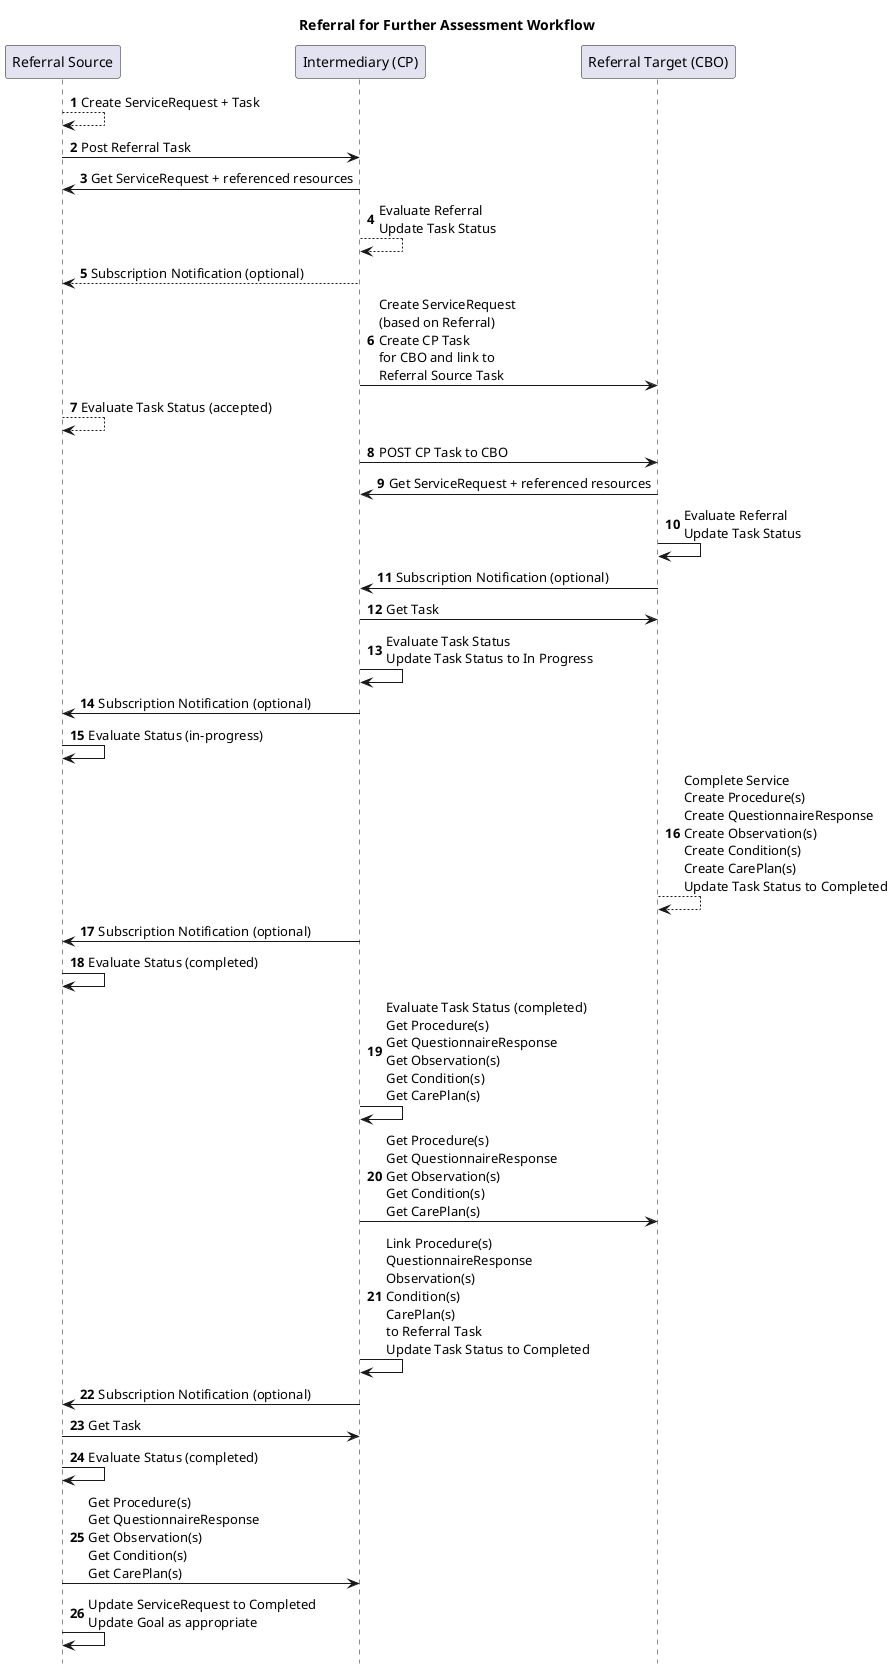
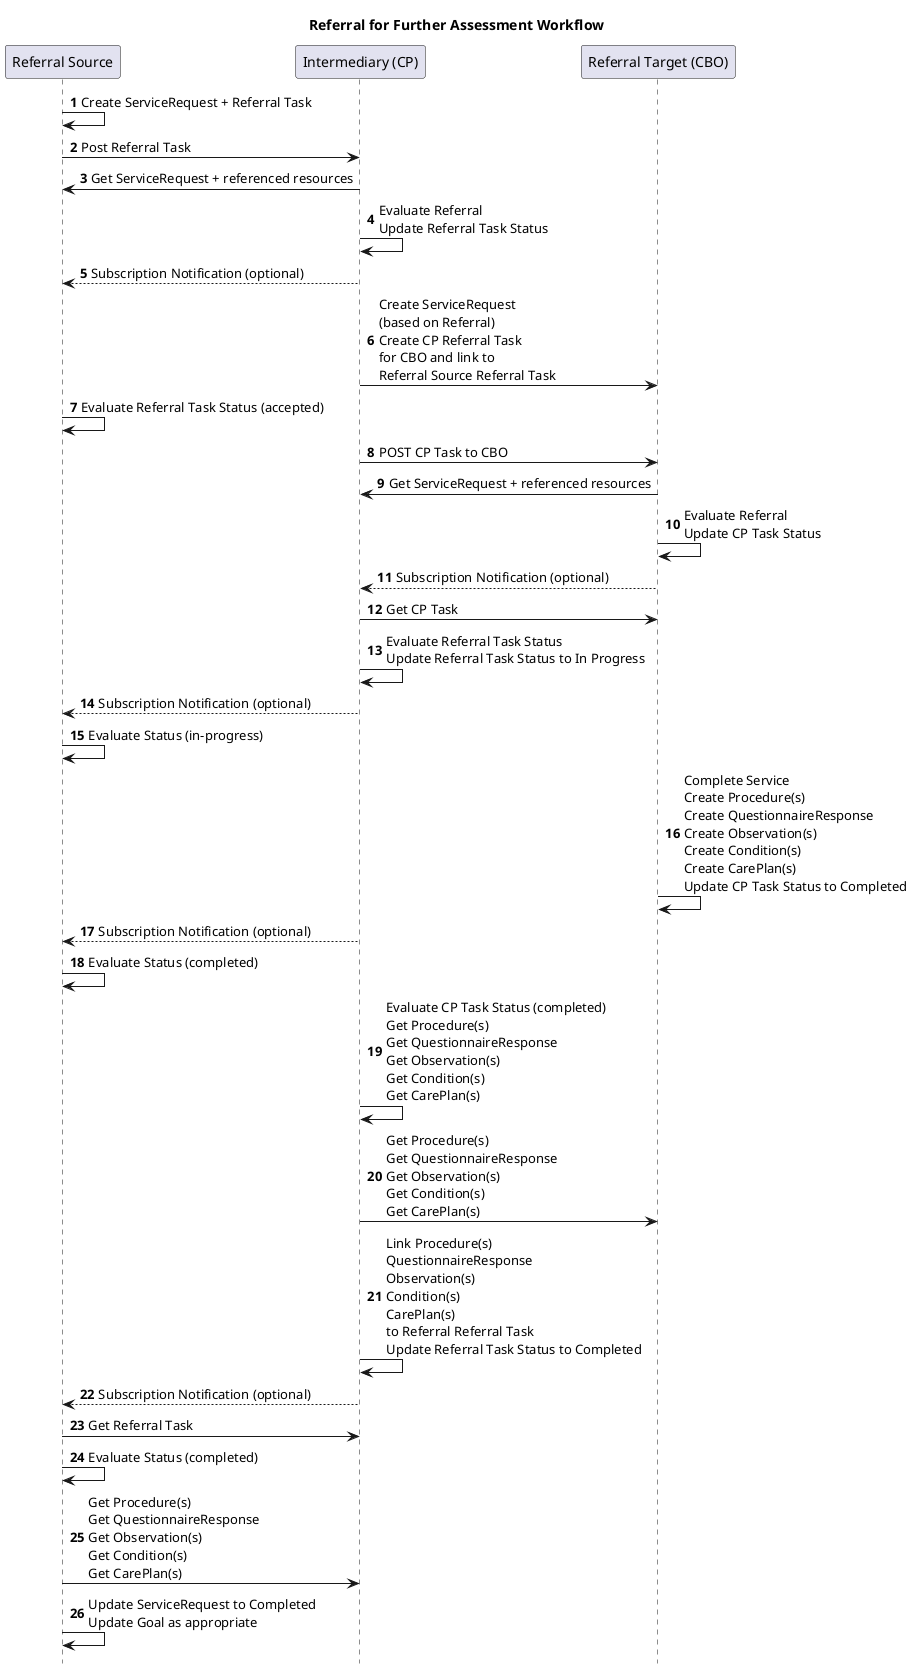
@startuml
/'!theme bluegray'/
title Referral for Further Assessment Workflow

participant "Referral Source" as A
participant "Intermediary (CP)" as B
participant "Referral Target (CBO)" as C

autonumber
- A --> A : Create ServiceRequest + Task
+ A -> A : Create ServiceRequest + Referral Task
A -> B : Post Referral Task

B -> A : Get ServiceRequest + referenced resources
- B --> B : Evaluate Referral\nUpdate Task Status
+ B -> B : Evaluate Referral\nUpdate Referral Task Status
B --> A : Subscription Notification (optional)

- B -> C : Create ServiceRequest\n(based on Referral)\nCreate CP Task\nfor CBO and link to\nReferral Source Task
- A --> A : Evaluate Task Status (accepted)
+ B -> C : Create ServiceRequest\n(based on Referral)\nCreate CP Referral Task\nfor CBO and link to\nReferral Source Referral Task
+ A -> A : Evaluate Referral Task Status (accepted)
B -> C : POST CP Task to CBO

C -> B : Get ServiceRequest + referenced resources
- C -> C : Evaluate Referral\nUpdate Task Status
+ C -> C : Evaluate Referral\nUpdate CP Task Status

- C -> B : Subscription Notification (optional)
- B -> C : Get Task
+ C --> B : Subscription Notification (optional)
+ B -> C : Get CP Task

- B -> B : Evaluate Task Status\nUpdate Task Status to In Progress
- B -> A : Subscription Notification (optional)
+ B -> B : Evaluate Referral Task Status\nUpdate Referral Task Status to In Progress
+ B --> A : Subscription Notification (optional)
A -> A : Evaluate Status (in-progress)

- C --> C : Complete Service\nCreate Procedure(s)\nCreate QuestionnaireResponse\nCreate Observation(s)\nCreate Condition(s)\nCreate CarePlan(s)\nUpdate Task Status to Completed
- B -> A : Subscription Notification (optional)
+ C -> C : Complete Service\nCreate Procedure(s)\nCreate QuestionnaireResponse\nCreate Observation(s)\nCreate Condition(s)\nCreate CarePlan(s)\nUpdate CP Task Status to Completed
+ B --> A : Subscription Notification (optional)
A -> A : Evaluate Status (completed)

- B -> B : Evaluate Task Status (completed)\nGet Procedure(s)\nGet QuestionnaireResponse\nGet Observation(s)\nGet Condition(s)\nGet CarePlan(s)
+ B -> B : Evaluate CP Task Status (completed)\nGet Procedure(s)\nGet QuestionnaireResponse\nGet Observation(s)\nGet Condition(s)\nGet CarePlan(s)
B -> C : Get Procedure(s)\nGet QuestionnaireResponse\nGet Observation(s)\nGet Condition(s)\nGet CarePlan(s)

- B -> B : Link Procedure(s)\nQuestionnaireResponse\nObservation(s)\nCondition(s)\nCarePlan(s)\nto Referral Task\nUpdate Task Status to Completed
- B -> A : Subscription Notification (optional)
- A -> B : Get Task
+ B -> B : Link Procedure(s)\nQuestionnaireResponse\nObservation(s)\nCondition(s)\nCarePlan(s)\nto Referral Referral Task\nUpdate Referral Task Status to Completed
+ B --> A : Subscription Notification (optional)
+ A -> B : Get Referral Task

A -> A : Evaluate Status (completed)
A -> B : Get Procedure(s)\nGet QuestionnaireResponse\nGet Observation(s)\nGet Condition(s)\nGet CarePlan(s)

A -> A : Update ServiceRequest to Completed\nUpdate Goal as appropriate
hide footbox
@enduml